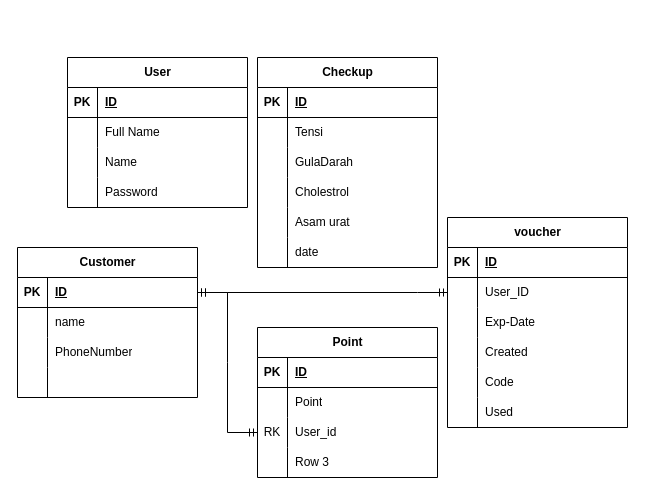
tikopb/jampi-CRM keeps this draw.io diagram as jampiCrm.drawio. Above is the earlier version. Source tidied: cells renumbered, new cells numbered last; positions are measured from the earlier drawing's top-left corner, leaving out a move shared by most shapes. Both pictures are drawn from the tidied source at 100%, with x=0, y=0 at pixel (17, 57).
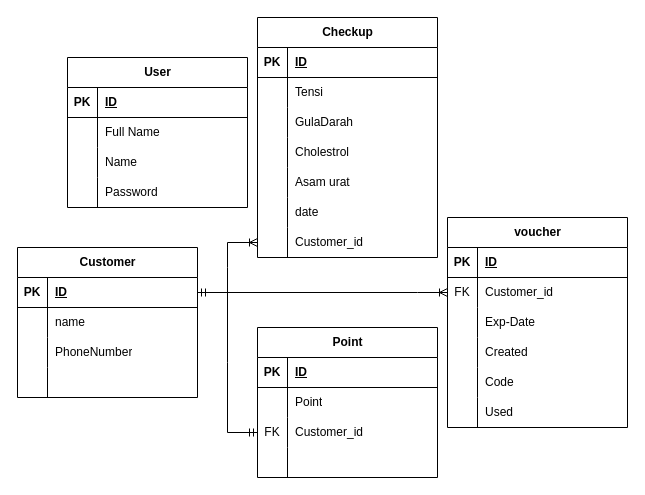
The same diagram, later.

The change refers to these unchanged cells:
```xml
<mxCell id="16" style="shape=tableRow;horizontal=0;startSize=0;swimlaneHead=0;swimlaneBody=0;fillColor=none;points=[[0,0.5],[1,0.5]];portConstraint=eastwest;top=0;left=0;right=0;bottom=1;" parent="15" vertex="1">
  <mxGeometry y="30" width="180" height="30" as="geometry" />
</mxCell>
<mxCell id="54" style="shape=tableRow;horizontal=0;startSize=0;swimlaneHead=0;swimlaneBody=0;fillColor=none;points=[[0,0.5],[1,0.5]];portConstraint=eastwest;top=0;left=0;right=0;bottom=0;" parent="47" vertex="1">
  <mxGeometry y="90" width="180" height="30" as="geometry" />
</mxCell>
<mxCell id="57" style="shape=tableRow;horizontal=0;startSize=0;swimlaneHead=0;swimlaneBody=0;fillColor=none;top=0;left=0;right=0;bottom=0;" parent="47" vertex="1">
  <mxGeometry y="120" width="180" height="30" as="geometry" />
</mxCell>
<mxCell id="65" style="shape=tableRow;horizontal=0;startSize=0;swimlaneHead=0;swimlaneBody=0;fillColor=none;points=[[0,0.5],[1,0.5]];portConstraint=eastwest;top=0;left=0;right=0;bottom=0;" parent="61" vertex="1">
  <mxGeometry y="60" width="180" height="30" as="geometry" />
</mxCell>
```

Diff of the diagram source:
```diff
@@
     <mxCell id="28" value="Checkup" style="shape=table;startSize=30;childLayout=tableLayout;rowLines=0;fontStyle=1;align=center;html=1;" parent="1" vertex="1">
-      <mxGeometry x="240" width="180" height="210" as="geometry" />
+      <mxGeometry x="240" y="-40" width="180" height="240" as="geometry" />
     </mxCell>
@@
+    <mxCell id="81" style="shape=tableRow;horizontal=0;startSize=0;swimlaneHead=0;swimlaneBody=0;fillColor=none;points=[[0,0.5],[1,0.5]];portConstraint=eastwest;top=0;left=0;right=0;bottom=0;" parent="28" vertex="1">
+      <mxGeometry y="210" width="180" height="30" as="geometry" />
+    </mxCell>
+    <mxCell id="82" style="shape=partialRectangle;fillColor=none;top=0;left=0;bottom=0;right=0;overflow=hidden;whiteSpace=wrap;html=1;" parent="81" vertex="1">
+      <mxGeometry width="30" height="30" as="geometry" />
+    </mxCell>
+    <mxCell id="83" value="Customer_id" style="shape=partialRectangle;fillColor=none;top=0;left=0;bottom=0;right=0;align=left;spacingLeft=6;overflow=hidden;whiteSpace=wrap;html=1;" parent="81" vertex="1">
+      <mxGeometry x="30" width="150" height="30" as="geometry" />
+    </mxCell>
@@
-    <mxCell id="55" value="RK" style="shape=partialRectangle;fillColor=none;top=0;left=0;bottom=0;right=0;overflow=hidden;whiteSpace=wrap;html=1;" parent="54" vertex="1">
+    <mxCell id="55" value="FK" style="shape=partialRectangle;fillColor=none;top=0;left=0;bottom=0;right=0;overflow=hidden;whiteSpace=wrap;html=1;" parent="54" vertex="1">
       <mxGeometry width="30" height="30" as="geometry" />
     </mxCell>
-    <mxCell id="56" value="User_id" style="shape=partialRectangle;fillColor=none;top=0;left=0;bottom=0;right=0;align=left;spacingLeft=6;overflow=hidden;whiteSpace=wrap;html=1;" parent="54" vertex="1">
+    <mxCell id="56" value="Customer_id" style="shape=partialRectangle;fillColor=none;top=0;left=0;bottom=0;right=0;align=left;spacingLeft=6;overflow=hidden;whiteSpace=wrap;html=1;" parent="54" vertex="1">
       <mxGeometry x="30" width="150" height="30" as="geometry" />
     </mxCell>
@@
-    <mxCell id="59" value="Row 3" style="shape=partialRectangle;fillColor=none;top=0;left=0;bottom=0;right=0;align=left;spacingLeft=6;overflow=hidden;whiteSpace=wrap;html=1;" parent="57" vertex="1">
+    <mxCell id="59" style="shape=partialRectangle;fillColor=none;top=0;left=0;bottom=0;right=0;align=left;spacingLeft=6;overflow=hidden;whiteSpace=wrap;html=1;" parent="57" vertex="1">
       <mxGeometry x="30" width="150" height="30" as="geometry" />
     </mxCell>
@@
-    <mxCell id="66" style="shape=partialRectangle;fillColor=none;top=0;left=0;bottom=0;right=0;overflow=hidden;whiteSpace=wrap;html=1;" parent="65" vertex="1">
+    <mxCell id="66" value="FK" style="shape=partialRectangle;fillColor=none;top=0;left=0;bottom=0;right=0;overflow=hidden;whiteSpace=wrap;html=1;" parent="65" vertex="1">
       <mxGeometry width="30" height="30" as="geometry" />
     </mxCell>
-    <mxCell id="67" value="User_ID" style="shape=partialRectangle;fillColor=none;top=0;left=0;bottom=0;right=0;align=left;spacingLeft=6;overflow=hidden;whiteSpace=wrap;html=1;" parent="65" vertex="1">
+    <mxCell id="67" value="Customer_id" style="shape=partialRectangle;fillColor=none;top=0;left=0;bottom=0;right=0;align=left;spacingLeft=6;overflow=hidden;whiteSpace=wrap;html=1;" parent="65" vertex="1">
       <mxGeometry x="30" width="150" height="30" as="geometry" />
     </mxCell>
@@
+    <mxCell id="84" style="edgeStyle=entityRelationEdgeStyle;fontSize=12;html=1;endArrow=ERoneToMany;rounded=0;exitX=1;exitY=0.5;exitDx=0;exitDy=0;entryX=0;entryY=0.5;entryDx=0;entryDy=0;" parent="1" edge="1" source="16" target="81">
+      <mxGeometry relative="1" as="geometry" />
+    </mxCell>
-    <mxCell id="80" style="edgeStyle=entityRelationEdgeStyle;fontSize=12;html=1;endArrow=ERmandOne;startArrow=ERmandOne;rounded=0;exitX=1;exitY=0.5;exitDx=0;exitDy=0;" parent="1" edge="1" source="16" target="65">
+    <mxCell id="80" style="edgeStyle=entityRelationEdgeStyle;fontSize=12;html=1;endArrow=ERoneToMany;rounded=0;exitX=1;exitY=0.5;exitDx=0;exitDy=0;" parent="1" edge="1" source="16" target="65">
       <mxGeometry relative="1" as="geometry" />
     </mxCell>
```
